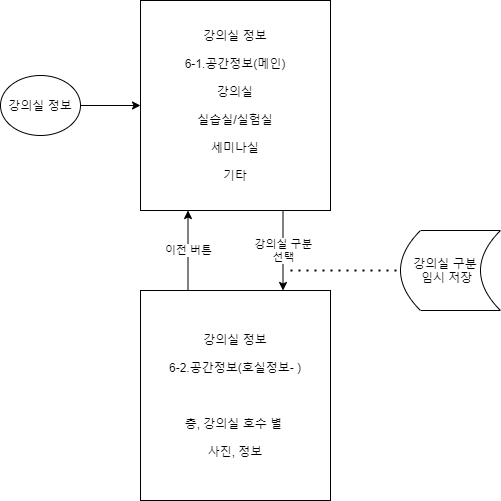
Before: user_program/user application diagram/4사용자 어플-강의실 정보.png, a diagram exported from draw.io (sitnet1102/konkuk_veterinary). Source tidied: cells renumbered, new cells last; positions are measured from the earlier drawing's top-left corner, leaving out a move shared by most shapes.
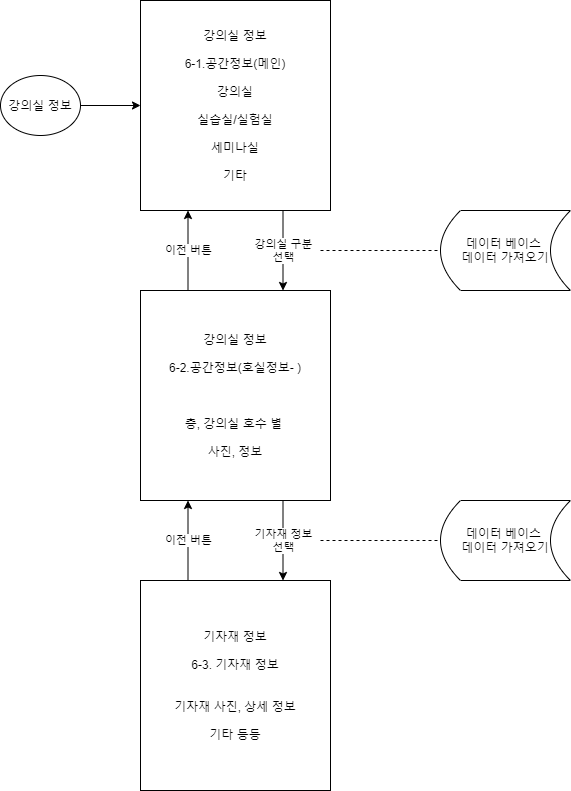
Later version of the same file.

Change to the diagram source:
```diff
@@ -17,16 +17,33 @@
     <mxCell id="6" value="이전 버튼" style="edgeStyle=orthogonalEdgeStyle;rounded=0;jettySize=auto;html=1;exitX=0.25;exitY=0;exitDx=0;exitDy=0;entryX=0.25;entryY=1;entryDx=0;entryDy=0;" parent="1" edge="1" source="7" target="5">
       <mxGeometry relative="1" as="geometry" />
     </mxCell>
+    <mxCell id="10" value="기자재 정보&lt;br&gt;선택" style="edgeStyle=orthogonalEdgeStyle;rounded=0;jettySize=auto;html=1;exitX=0.75;exitY=1;exitDx=0;exitDy=0;entryX=0.75;entryY=0;entryDx=0;entryDy=0;" parent="1" edge="1" source="7" target="12">
+      <mxGeometry relative="1" as="geometry" />
+    </mxCell>
     <mxCell id="7" value="강의실 정보&lt;br&gt;&lt;br&gt;6-2.공간정보(호실정보- )&lt;br&gt;&lt;br&gt;&lt;br&gt;&lt;br&gt;층, 강의실 호수 별&amp;nbsp;&lt;br&gt;&lt;br&gt;사진, 정보" style="whiteSpace=wrap;html=1;" parent="1" vertex="1">
       <mxGeometry x="140" y="290" width="190" height="210" as="geometry" />
     </mxCell>
-    <mxCell id="8" value="강의실 구분&amp;nbsp; &amp;nbsp;&lt;br&gt;임시 저장&amp;nbsp;&amp;nbsp;" style="shape=dataStorage;whiteSpace=wrap;html=1;fixedSize=1;" parent="1" vertex="1">
-      <mxGeometry x="400" y="230" width="100" height="80" as="geometry" />
-    </mxCell>
-    <mxCell id="9" style="endArrow=none;dashed=1;html=1;dashPattern=1 3;strokeWidth=2;entryX=0;entryY=0.5;entryDx=0;entryDy=0;" parent="1" edge="1" target="8">
-      <mxGeometry relative="1" as="geometry">
-        <mxPoint x="290" y="270" as="sourcePoint" />
-      </mxGeometry>
-    </mxCell>
+    <mxCell id="11" value="이전 버튼" style="edgeStyle=orthogonalEdgeStyle;rounded=0;jettySize=auto;html=1;entryX=0.25;entryY=1;entryDx=0;entryDy=0;exitX=0.25;exitY=0;exitDx=0;exitDy=0;" parent="1" edge="1" source="12" target="7">
+      <mxGeometry relative="1" as="geometry" />
+    </mxCell>
+    <mxCell id="12" value="기자재 정보&lt;br&gt;&lt;br&gt;6-3. 기자재 정보&lt;br&gt;&lt;br&gt;&lt;br&gt;기자재 사진, 상세 정보&lt;br&gt;&lt;br&gt;기타 등등" style="whiteSpace=wrap;html=1;" parent="1" vertex="1">
+      <mxGeometry x="140" y="580" width="190" height="210" as="geometry" />
+    </mxCell>
+    <mxCell id="13" value="데이터 베이스&amp;nbsp;&lt;br&gt;데이터 가져오기" style="shape=dataStorage;whiteSpace=wrap;html=1;fixedSize=1;" parent="1" vertex="1">
+      <mxGeometry x="440" y="210" width="130" height="80" as="geometry" />
+    </mxCell>
+    <mxCell id="14" style="endArrow=none;dashed=1;html=1;entryX=0;entryY=0.5;entryDx=0;entryDy=0;" parent="1" edge="1" target="13">
+      <mxGeometry relative="1" as="geometry">
+        <mxPoint x="320" y="250" as="sourcePoint" />
+      </mxGeometry>
+    </mxCell>
+    <mxCell id="15" value="데이터 베이스&amp;nbsp;&lt;br&gt;데이터 가져오기" style="shape=dataStorage;whiteSpace=wrap;html=1;fixedSize=1;" parent="1" vertex="1">
+      <mxGeometry x="440" y="500" width="130" height="80" as="geometry" />
+    </mxCell>
+    <mxCell id="16" style="endArrow=none;dashed=1;html=1;entryX=0;entryY=0.5;entryDx=0;entryDy=0;" parent="1" edge="1" target="15">
+      <mxGeometry relative="1" as="geometry">
+        <mxPoint x="320" y="540" as="sourcePoint" />
+      </mxGeometry>
+    </mxCell>
   </root>
 </mxGraphModel>
```
